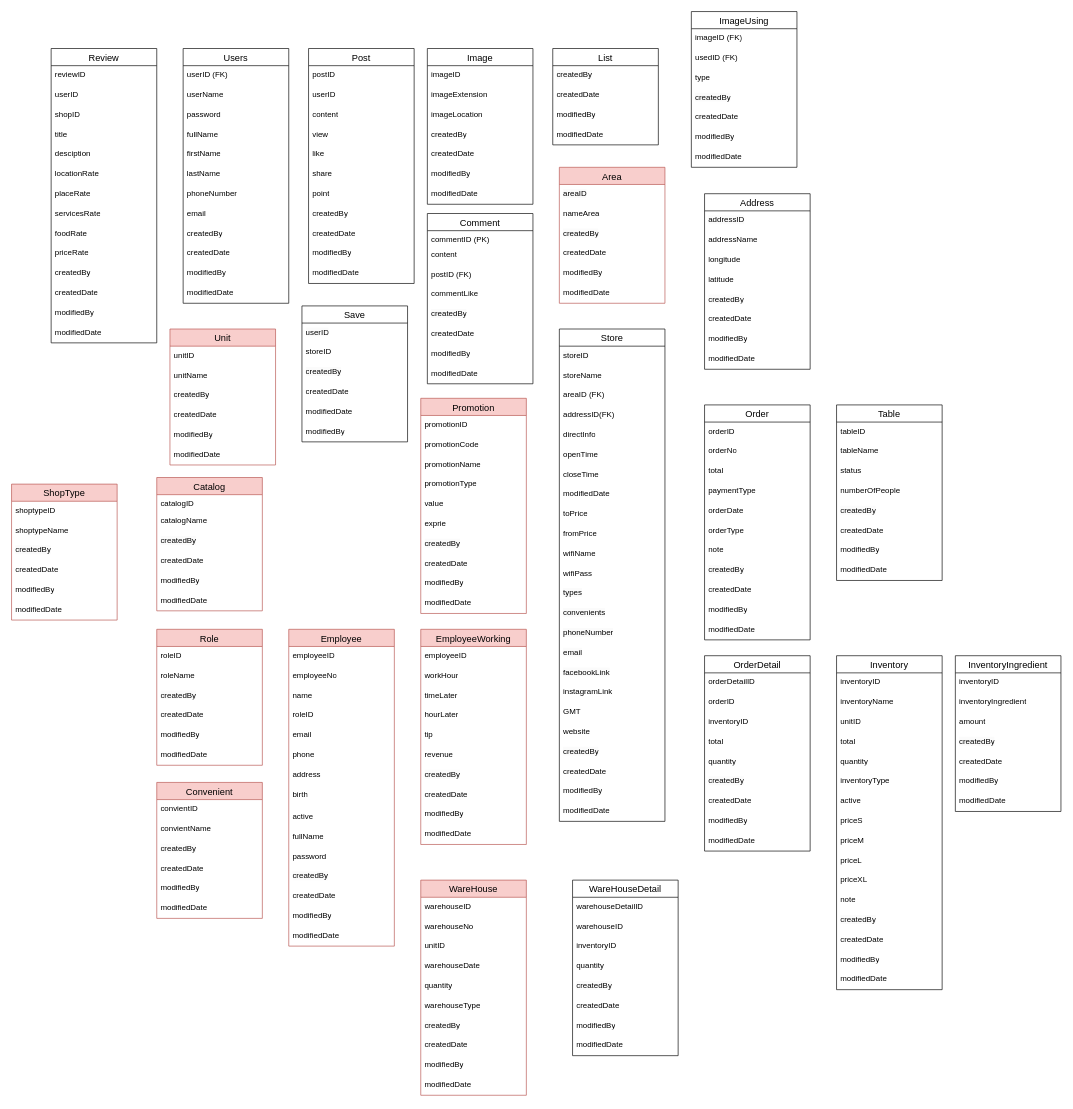
MajinBuuNe-Ahihi/DATN keeps this draw.io diagram as Documentations/Database.drawio. Above is the earlier version. Source tidied: cells renumbered, new cells numbered last; positions are measured from the earlier drawing's top-left corner, leaving out a move shared by most shapes. Both pictures are drawn from the tidied source at 66%, with x=0, y=0 at pixel (11, 11).
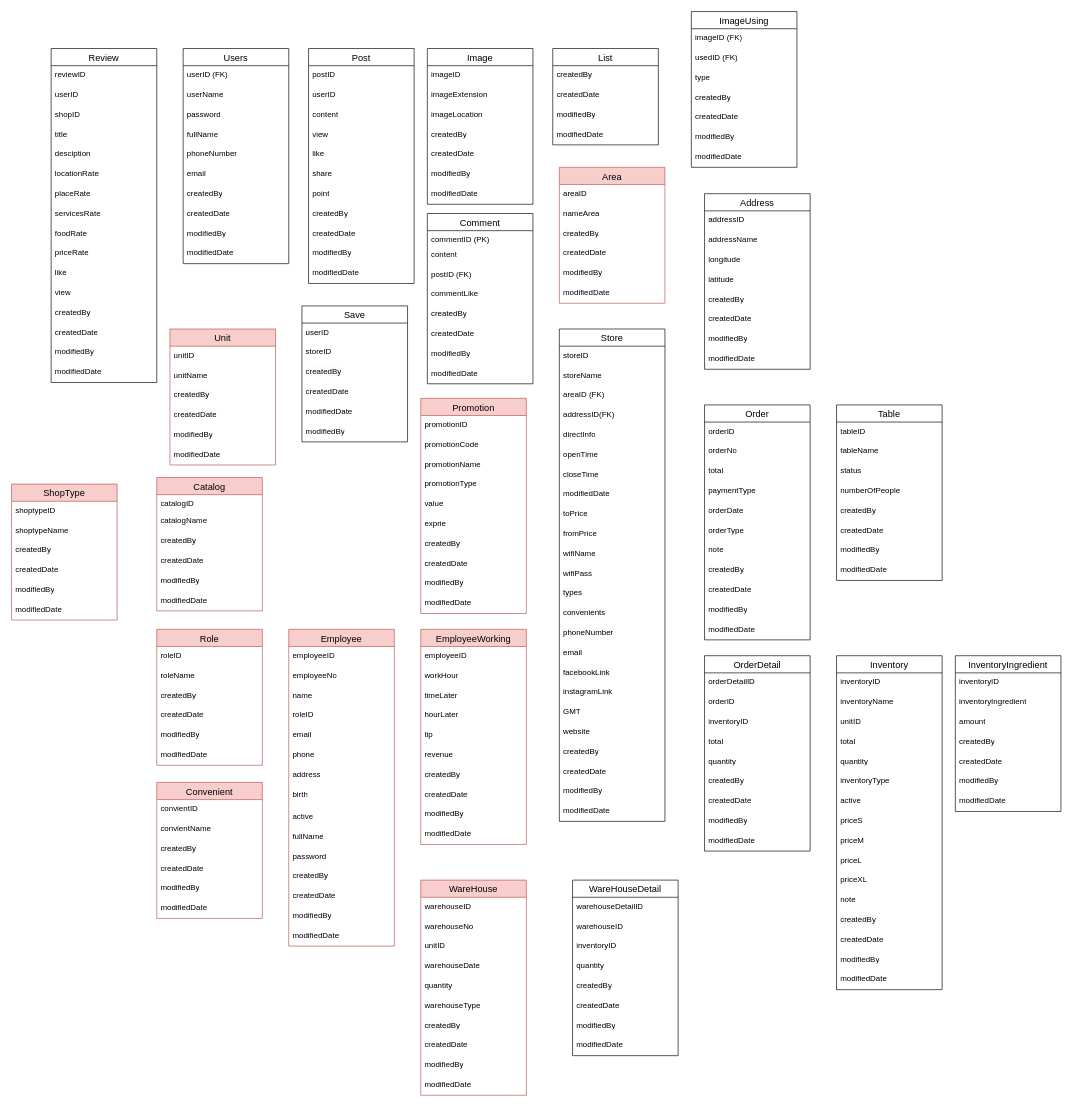
The same diagram, later.

What changed in the source:
```diff
@@
     <mxCell id="2" value="Users" style="swimlane;fontStyle=0;horizontal=1;startSize=26;align=center;fontSize=14;" parent="1" vertex="1">
-      <mxGeometry x="260" y="56" width="160" height="386" as="geometry" />
+      <mxGeometry x="260" y="56" width="160" height="326" as="geometry" />
     </mxCell>
@@
-    <mxCell id="7" value="firstName" style="text;strokeColor=none;fillColor=none;spacingLeft=4;spacingRight=4;overflow=hidden;fontSize=12;whiteSpace=wrap;html=1;" parent="2" vertex="1">
-      <mxGeometry y="146" width="160" height="30" as="geometry" />
-    </mxCell>
-    <mxCell id="8" value="lastName" style="text;strokeColor=none;fillColor=none;spacingLeft=4;spacingRight=4;overflow=hidden;fontSize=12;whiteSpace=wrap;html=1;" parent="2" vertex="1">
-      <mxGeometry y="176" width="160" height="30" as="geometry" />
-    </mxCell>
     <mxCell id="9" value="phoneNumber" style="text;strokeColor=none;fillColor=none;spacingLeft=4;spacingRight=4;overflow=hidden;fontSize=12;whiteSpace=wrap;html=1;" parent="2" vertex="1">
-      <mxGeometry y="206" width="160" height="30" as="geometry" />
+      <mxGeometry y="146" width="160" height="30" as="geometry" />
     </mxCell>
     <mxCell id="10" value="email" style="text;strokeColor=none;fillColor=none;spacingLeft=4;spacingRight=4;overflow=hidden;fontSize=12;whiteSpace=wrap;html=1;" parent="2" vertex="1">
-      <mxGeometry y="236" width="160" height="30" as="geometry" />
+      <mxGeometry y="176" width="160" height="30" as="geometry" />
     </mxCell>
     <mxCell id="11" value="createdBy" style="text;strokeColor=none;fillColor=none;spacingLeft=4;spacingRight=4;overflow=hidden;fontSize=12;whiteSpace=wrap;html=1;" parent="2" vertex="1">
-      <mxGeometry y="266" width="160" height="30" as="geometry" />
+      <mxGeometry y="206" width="160" height="30" as="geometry" />
     </mxCell>
     <mxCell id="12" value="createdDate" style="text;strokeColor=none;fillColor=none;spacingLeft=4;spacingRight=4;overflow=hidden;fontSize=12;whiteSpace=wrap;html=1;" parent="2" vertex="1">
-      <mxGeometry y="296" width="160" height="30" as="geometry" />
+      <mxGeometry y="236" width="160" height="30" as="geometry" />
     </mxCell>
     <mxCell id="13" value="modifiedBy" style="text;strokeColor=none;fillColor=none;spacingLeft=4;spacingRight=4;overflow=hidden;fontSize=12;whiteSpace=wrap;html=1;" parent="2" vertex="1">
-      <mxGeometry y="326" width="160" height="30" as="geometry" />
+      <mxGeometry y="266" width="160" height="30" as="geometry" />
     </mxCell>
     <mxCell id="14" value="modifiedDate" style="text;strokeColor=none;fillColor=none;spacingLeft=4;spacingRight=4;overflow=hidden;fontSize=12;whiteSpace=wrap;html=1;" parent="2" vertex="1">
-      <mxGeometry y="356" width="160" height="30" as="geometry" />
+      <mxGeometry y="296" width="160" height="30" as="geometry" />
     </mxCell>
@@
     <mxCell id="247" value="Review" style="swimlane;fontStyle=0;horizontal=1;startSize=26;align=center;fontSize=14;" parent="1" vertex="1">
-      <mxGeometry x="60" y="56" width="160" height="446" as="geometry" />
+      <mxGeometry x="60" y="56" width="160" height="506" as="geometry" />
     </mxCell>
@@
+    <mxCell id="269" value="like&lt;div&gt;&lt;br&gt;&lt;/div&gt;" style="text;strokeColor=none;fillColor=none;spacingLeft=4;spacingRight=4;overflow=hidden;fontSize=12;whiteSpace=wrap;html=1;" parent="247" vertex="1">
+      <mxGeometry y="326" width="160" height="30" as="geometry" />
+    </mxCell>
+    <mxCell id="270" value="&lt;div&gt;view&lt;/div&gt;&lt;div&gt;&lt;br&gt;&lt;/div&gt;" style="text;strokeColor=none;fillColor=none;spacingLeft=4;spacingRight=4;overflow=hidden;fontSize=12;whiteSpace=wrap;html=1;" parent="247" vertex="1">
+      <mxGeometry y="356" width="160" height="30" as="geometry" />
+    </mxCell>
     <mxCell id="258" value="createdBy" style="text;strokeColor=none;fillColor=none;spacingLeft=4;spacingRight=4;overflow=hidden;fontSize=12;whiteSpace=wrap;html=1;" parent="247" vertex="1">
-      <mxGeometry y="326" width="160" height="30" as="geometry" />
+      <mxGeometry y="386" width="160" height="30" as="geometry" />
     </mxCell>
     <mxCell id="259" value="createdDate" style="text;strokeColor=none;fillColor=none;spacingLeft=4;spacingRight=4;overflow=hidden;fontSize=12;whiteSpace=wrap;html=1;" parent="247" vertex="1">
-      <mxGeometry y="356" width="160" height="30" as="geometry" />
+      <mxGeometry y="416" width="160" height="30" as="geometry" />
     </mxCell>
     <mxCell id="260" value="modifiedBy" style="text;strokeColor=none;fillColor=none;spacingLeft=4;spacingRight=4;overflow=hidden;fontSize=12;whiteSpace=wrap;html=1;" parent="247" vertex="1">
-      <mxGeometry y="386" width="160" height="30" as="geometry" />
+      <mxGeometry y="446" width="160" height="30" as="geometry" />
     </mxCell>
     <mxCell id="261" value="modifiedDate" style="text;strokeColor=none;fillColor=none;spacingLeft=4;spacingRight=4;overflow=hidden;fontSize=12;whiteSpace=wrap;html=1;" parent="247" vertex="1">
-      <mxGeometry y="416" width="160" height="30" as="geometry" />
+      <mxGeometry y="476" width="160" height="30" as="geometry" />
     </mxCell>
```
